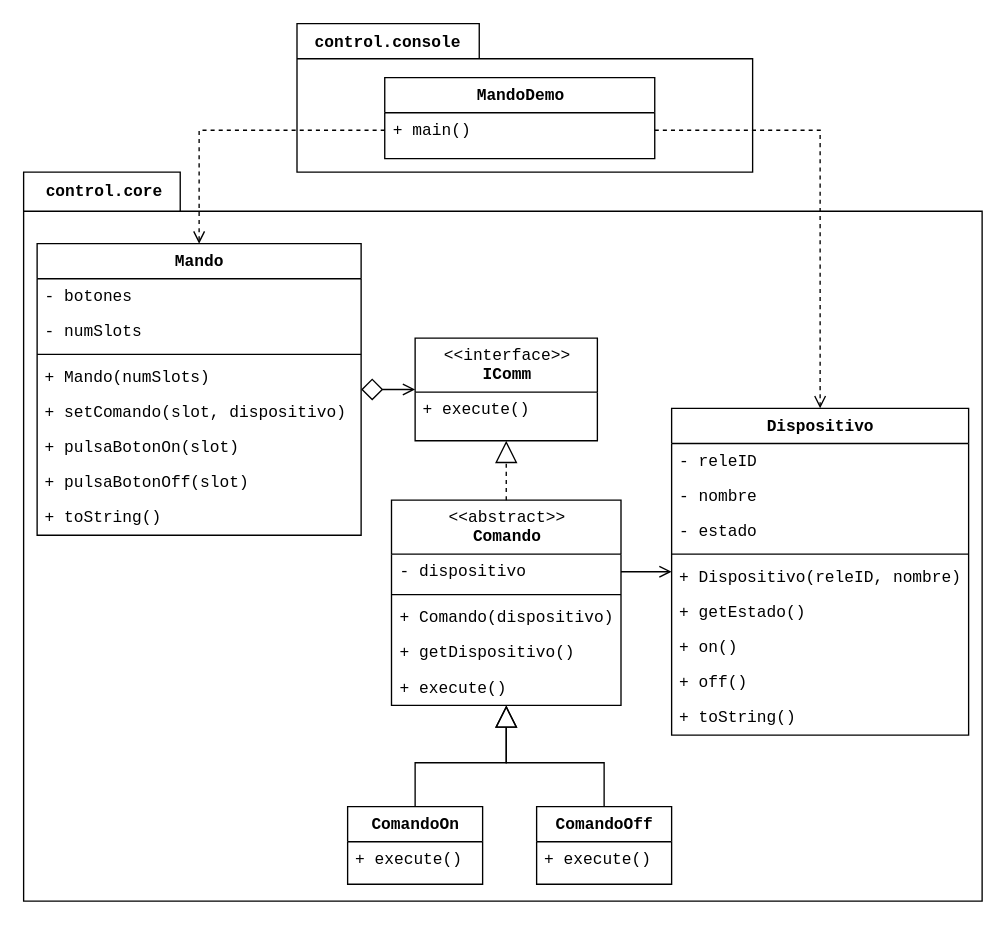
Earlier version of the draw.io diagram u06/tarea_control/doc/control.drawio (fran-sc/prog-1920). Source tidied: cells renumbered, new cells numbered last; positions are measured from the earlier drawing's top-left corner, leaving out a move shared by most shapes. Both pictures are drawn from the tidied source at 135%, with x=0, y=0 at pixel (23, 23).
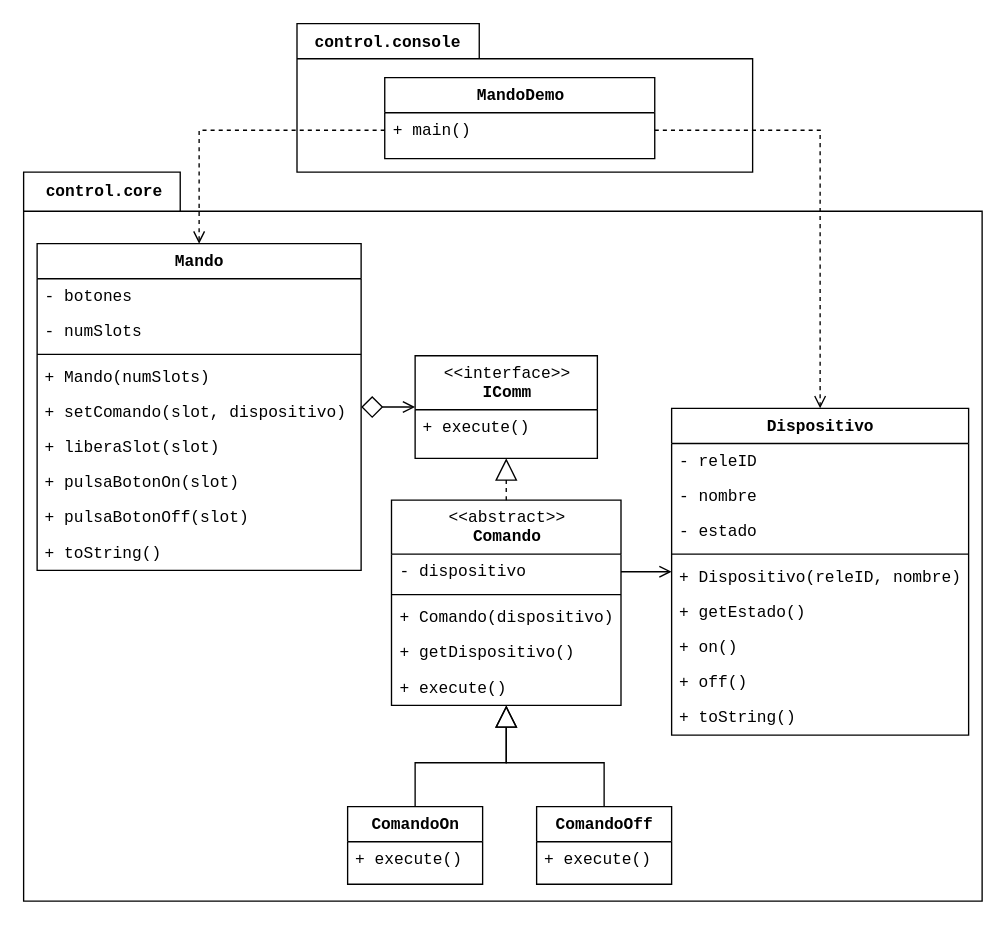
The same page after the edit.

Diff of the diagram source:
```diff
@@
-    <mxCell id="14" value="&lt;span style=&quot;font-weight: normal&quot;&gt;&amp;lt;&amp;lt;interface&amp;gt;&amp;gt;&lt;/span&gt;&lt;br&gt;IComm" style="swimlane;html=1;fontStyle=1;align=center;verticalAlign=top;horizontal=1;startSize=40;swimlaneFillColor=#ffffff;rounded=0;shadow=0;comic=0;labelBackgroundColor=none;strokeWidth=1;fillColor=none;fontFamily=Courier New;fontSize=12;" parent="1" vertex="1">
-      <mxGeometry x="290" y="233" width="135" height="76" as="geometry" />
-    </mxCell>
-    <mxCell id="15" value="+ execute()" style="text;html=1;strokeColor=none;fillColor=none;align=left;verticalAlign=top;spacingLeft=4;spacingRight=4;whiteSpace=wrap;overflow=hidden;fontFamily=Courier New;" parent="14" vertex="1">
-      <mxGeometry y="40" width="135" height="26" as="geometry" />
-    </mxCell>
@@
     <mxCell id="20" value="Mando" style="swimlane;html=1;fontStyle=1;align=center;verticalAlign=top;horizontal=1;startSize=26;swimlaneFillColor=#ffffff;rounded=0;shadow=0;comic=0;labelBackgroundColor=none;strokeWidth=1;fillColor=none;fontFamily=Courier New;fontSize=12;" parent="1" vertex="1">
-      <mxGeometry x="10" y="163" width="240" height="216" as="geometry" />
+      <mxGeometry x="10" y="163" width="240" height="242" as="geometry" />
     </mxCell>
@@
+    <mxCell id="46" value="+ liberaSlot(slot)" style="text;html=1;strokeColor=none;fillColor=none;align=left;verticalAlign=top;spacingLeft=4;spacingRight=4;whiteSpace=wrap;overflow=hidden;fontFamily=Courier New;" parent="20" vertex="1">
+      <mxGeometry y="138" width="240" height="26" as="geometry" />
+    </mxCell>
     <mxCell id="26" value="+ pulsaBotonOn(slot)" style="text;html=1;strokeColor=none;fillColor=none;align=left;verticalAlign=top;spacingLeft=4;spacingRight=4;whiteSpace=wrap;overflow=hidden;fontFamily=Courier New;" parent="20" vertex="1">
-      <mxGeometry y="138" width="240" height="26" as="geometry" />
+      <mxGeometry y="164" width="240" height="26" as="geometry" />
     </mxCell>
     <mxCell id="27" value="+ pulsaBotonOff(slot)" style="text;html=1;strokeColor=none;fillColor=none;align=left;verticalAlign=top;spacingLeft=4;spacingRight=4;whiteSpace=wrap;overflow=hidden;fontFamily=Courier New;" parent="20" vertex="1">
-      <mxGeometry y="164" width="240" height="26" as="geometry" />
+      <mxGeometry y="190" width="240" height="26" as="geometry" />
     </mxCell>
     <mxCell id="28" value="+ toString()" style="text;html=1;strokeColor=none;fillColor=none;align=left;verticalAlign=top;spacingLeft=4;spacingRight=4;whiteSpace=wrap;overflow=hidden;fontFamily=Courier New;" parent="20" vertex="1">
-      <mxGeometry y="190" width="240" height="26" as="geometry" />
+      <mxGeometry y="216" width="240" height="26" as="geometry" />
     </mxCell>
@@
+    <mxCell id="14" value="&lt;span style=&quot;font-weight: normal&quot;&gt;&amp;lt;&amp;lt;interface&amp;gt;&amp;gt;&lt;/span&gt;&lt;br&gt;IComm" style="swimlane;html=1;fontStyle=1;align=center;verticalAlign=top;horizontal=1;startSize=40;swimlaneFillColor=#ffffff;rounded=0;shadow=0;comic=0;labelBackgroundColor=none;strokeWidth=1;fillColor=none;fontFamily=Courier New;fontSize=12;" parent="1" vertex="1">
+      <mxGeometry x="290" y="246" width="135" height="76" as="geometry" />
+    </mxCell>
+    <mxCell id="15" value="+ execute()" style="text;html=1;strokeColor=none;fillColor=none;align=left;verticalAlign=top;spacingLeft=4;spacingRight=4;whiteSpace=wrap;overflow=hidden;fontFamily=Courier New;" parent="14" vertex="1">
+      <mxGeometry y="40" width="135" height="26" as="geometry" />
+    </mxCell>
```
